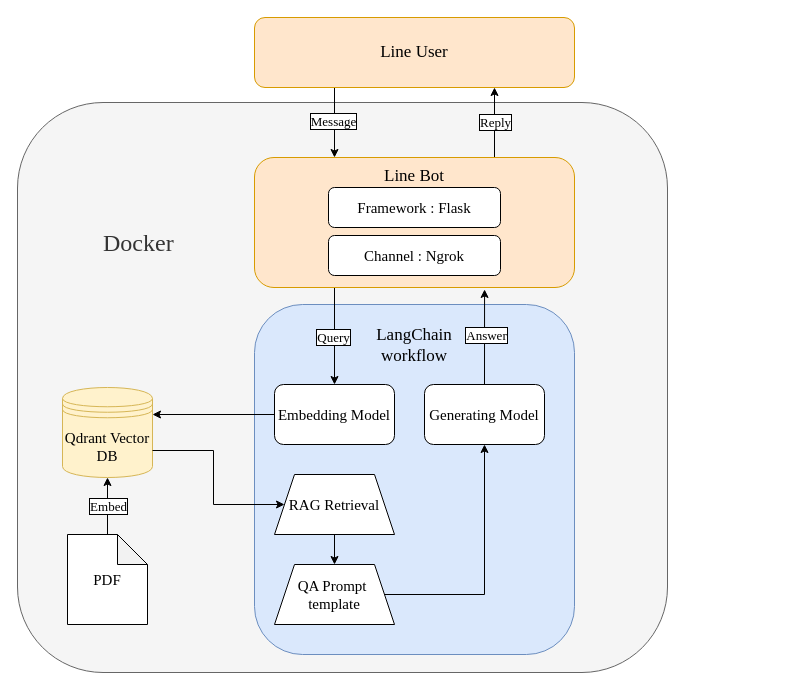
This is PDFchatbot.drawio from Tingchiachi/RAG-PDF-Bot, a draw.io file, before an edit. Source tidied: cells renumbered, new cells numbered last; positions are measured from the earlier drawing's top-left corner, leaving out a move shared by most shapes. Both pictures are drawn from the tidied source at 100%, with x=0, y=0 at pixel (17, 17).
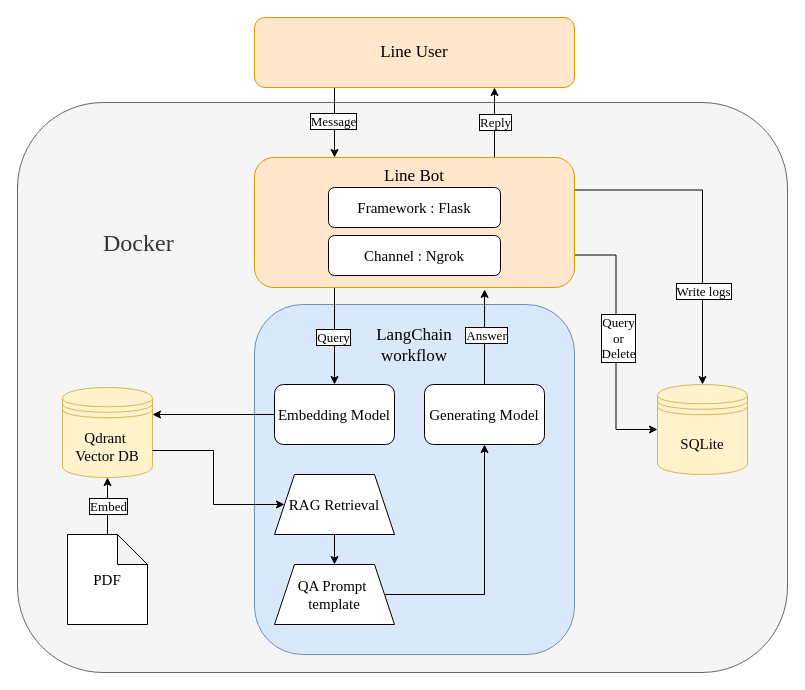
Above is the later version.

Commit message (it also covers changes not shown here):
Update System Architecture

The change refers to these unchanged cells:
```xml
<mxCell id="19" value="&lt;font face=&quot;Times New Roman&quot; style=&quot;font-size: 17px;&quot;&gt;Line Bot&lt;/font&gt;&lt;div&gt;&lt;font face=&quot;Times New Roman&quot; style=&quot;font-size: 17px;&quot;&gt;&lt;br&gt;&lt;/font&gt;&lt;/div&gt;&lt;div&gt;&lt;br&gt;&lt;/div&gt;&lt;div&gt;&lt;br&gt;&lt;/div&gt;&lt;div&gt;&lt;br&gt;&lt;/div&gt;&lt;div&gt;&lt;br&gt;&lt;/div&gt;&lt;div&gt;&lt;br&gt;&lt;/div&gt;" style="rounded=1;whiteSpace=wrap;html=1;fillColor=#ffe6cc;strokeColor=#d79b00;" parent="1" vertex="1">
  <mxGeometry x="237" y="140" width="320" height="130" as="geometry" />
</mxCell>
```

Diff of the diagram source:
```diff
@@
     <mxCell id="2" value="&lt;font face=&quot;Times New Roman&quot; style=&quot;font-size: 24px;&quot;&gt;&amp;nbsp; &amp;nbsp; &amp;nbsp; &amp;nbsp; &amp;nbsp; &amp;nbsp; &amp;nbsp; Docker&lt;/font&gt;&lt;div&gt;&lt;font face=&quot;Times New Roman&quot; style=&quot;font-size: 24px;&quot;&gt;&lt;br&gt;&lt;/font&gt;&lt;/div&gt;&lt;div&gt;&lt;font face=&quot;Times New Roman&quot; style=&quot;font-size: 24px;&quot;&gt;&lt;br&gt;&lt;/font&gt;&lt;/div&gt;&lt;div&gt;&lt;font face=&quot;Times New Roman&quot; style=&quot;font-size: 24px;&quot;&gt;&lt;br&gt;&lt;/font&gt;&lt;/div&gt;&lt;div&gt;&lt;font face=&quot;Times New Roman&quot; style=&quot;font-size: 24px;&quot;&gt;&lt;br&gt;&lt;/font&gt;&lt;/div&gt;&lt;div&gt;&lt;font face=&quot;Times New Roman&quot; style=&quot;font-size: 24px;&quot;&gt;&lt;br&gt;&lt;/font&gt;&lt;/div&gt;&lt;div&gt;&lt;font face=&quot;Times New Roman&quot; style=&quot;font-size: 24px;&quot;&gt;&lt;br&gt;&lt;/font&gt;&lt;/div&gt;&lt;div&gt;&lt;font face=&quot;Times New Roman&quot; style=&quot;font-size: 24px;&quot;&gt;&lt;br&gt;&lt;/font&gt;&lt;/div&gt;&lt;div&gt;&lt;font face=&quot;Times New Roman&quot; style=&quot;font-size: 24px;&quot;&gt;&lt;br&gt;&lt;/font&gt;&lt;/div&gt;&lt;div&gt;&lt;font face=&quot;Times New Roman&quot; style=&quot;font-size: 24px;&quot;&gt;&lt;br&gt;&lt;/font&gt;&lt;/div&gt;&lt;div&gt;&lt;font face=&quot;Times New Roman&quot; style=&quot;font-size: 24px;&quot;&gt;&lt;br&gt;&lt;/font&gt;&lt;/div&gt;" style="rounded=1;whiteSpace=wrap;html=1;fillColor=#f5f5f5;fontColor=#333333;strokeColor=#666666;align=left;" parent="1" vertex="1">
-      <mxGeometry y="85" width="650" height="570" as="geometry" />
+      <mxGeometry y="85" width="770" height="570" as="geometry" />
     </mxCell>
-    <mxCell id="3" value="&lt;font style=&quot;&quot;&gt;&lt;font style=&quot;font-size: 15px;&quot; face=&quot;Times New Roman&quot;&gt;Qdrant Vector DB&lt;/font&gt;&lt;br&gt;&lt;/font&gt;" style="shape=datastore;fillStyle=auto;fillColor=#fff2cc;strokeColor=#d6b656;fontColor=default;labelBorderColor=none;textShadow=0;labelBackgroundColor=none;whiteSpace=wrap;html=1;" parent="1" vertex="1">
+    <mxCell id="3" value="&lt;font style=&quot;&quot;&gt;&lt;font style=&quot;font-size: 15px;&quot; face=&quot;Times New Roman&quot;&gt;Qdrant&amp;nbsp;&lt;/font&gt;&lt;/font&gt;&lt;div&gt;&lt;font style=&quot;&quot;&gt;&lt;font style=&quot;font-size: 15px;&quot; face=&quot;Times New Roman&quot;&gt;Vector DB&lt;/font&gt;&lt;br&gt;&lt;/font&gt;&lt;/div&gt;" style="shape=datastore;fillStyle=auto;fillColor=#fff2cc;strokeColor=#d6b656;fontColor=default;labelBorderColor=none;textShadow=0;labelBackgroundColor=none;whiteSpace=wrap;html=1;" parent="1" vertex="1">
       <mxGeometry x="45" y="370" width="90" height="90" as="geometry" />
     </mxCell>
@@
+    <mxCell id="28" style="edgeStyle=orthogonalEdgeStyle;html=1;exitX=1;exitY=0.25;exitDx=0;exitDy=0;entryX=0.5;entryY=0;entryDx=0;entryDy=0;rounded=0;" parent="1" edge="1" source="19" target="32">
+      <mxGeometry relative="1" as="geometry" />
+    </mxCell>
+    <mxCell id="29" value="&lt;font style=&quot;font-size: 13px;&quot; face=&quot;Times New Roman&quot;&gt;Write logs&lt;/font&gt;" style="edgeLabel;html=1;align=center;verticalAlign=middle;labelBorderColor=default;" parent="28" vertex="1">
+      <mxGeometry x="0.42" relative="1" as="geometry" />
+    </mxCell>
+    <mxCell id="30" style="edgeStyle=orthogonalEdgeStyle;html=1;exitX=1;exitY=0.75;exitDx=0;exitDy=0;entryX=0;entryY=0.5;entryDx=0;entryDy=0;rounded=0;" parent="1" edge="1" source="19" target="32">
+      <mxGeometry relative="1" as="geometry" />
+    </mxCell>
+    <mxCell id="31" value="&lt;font face=&quot;Times New Roman&quot;&gt;&lt;span style=&quot;font-size: 13px;&quot;&gt;Query&lt;/span&gt;&lt;/font&gt;&lt;div&gt;&lt;font face=&quot;Times New Roman&quot;&gt;&lt;span style=&quot;font-size: 13px;&quot;&gt;or&lt;br&gt;&lt;/span&gt;&lt;/font&gt;&lt;div&gt;&lt;font face=&quot;Times New Roman&quot;&gt;&lt;span style=&quot;font-size: 13px;&quot;&gt;Delete&lt;/span&gt;&lt;/font&gt;&lt;/div&gt;&lt;/div&gt;" style="edgeLabel;html=1;align=center;verticalAlign=middle;labelBorderColor=default;" parent="30" vertex="1">
+      <mxGeometry x="-0.04" y="2" relative="1" as="geometry" />
+    </mxCell>
@@
+    <mxCell id="32" value="&lt;font style=&quot;&quot;&gt;&lt;font style=&quot;font-size: 15px;&quot; face=&quot;Times New Roman&quot;&gt;SQLite&lt;/font&gt;&lt;br&gt;&lt;/font&gt;" style="shape=datastore;fillStyle=auto;fillColor=#fff2cc;strokeColor=#d6b656;fontColor=default;labelBorderColor=none;textShadow=0;labelBackgroundColor=none;whiteSpace=wrap;html=1;" parent="1" vertex="1">
+      <mxGeometry x="640" y="367" width="90" height="90" as="geometry" />
+    </mxCell>
```
